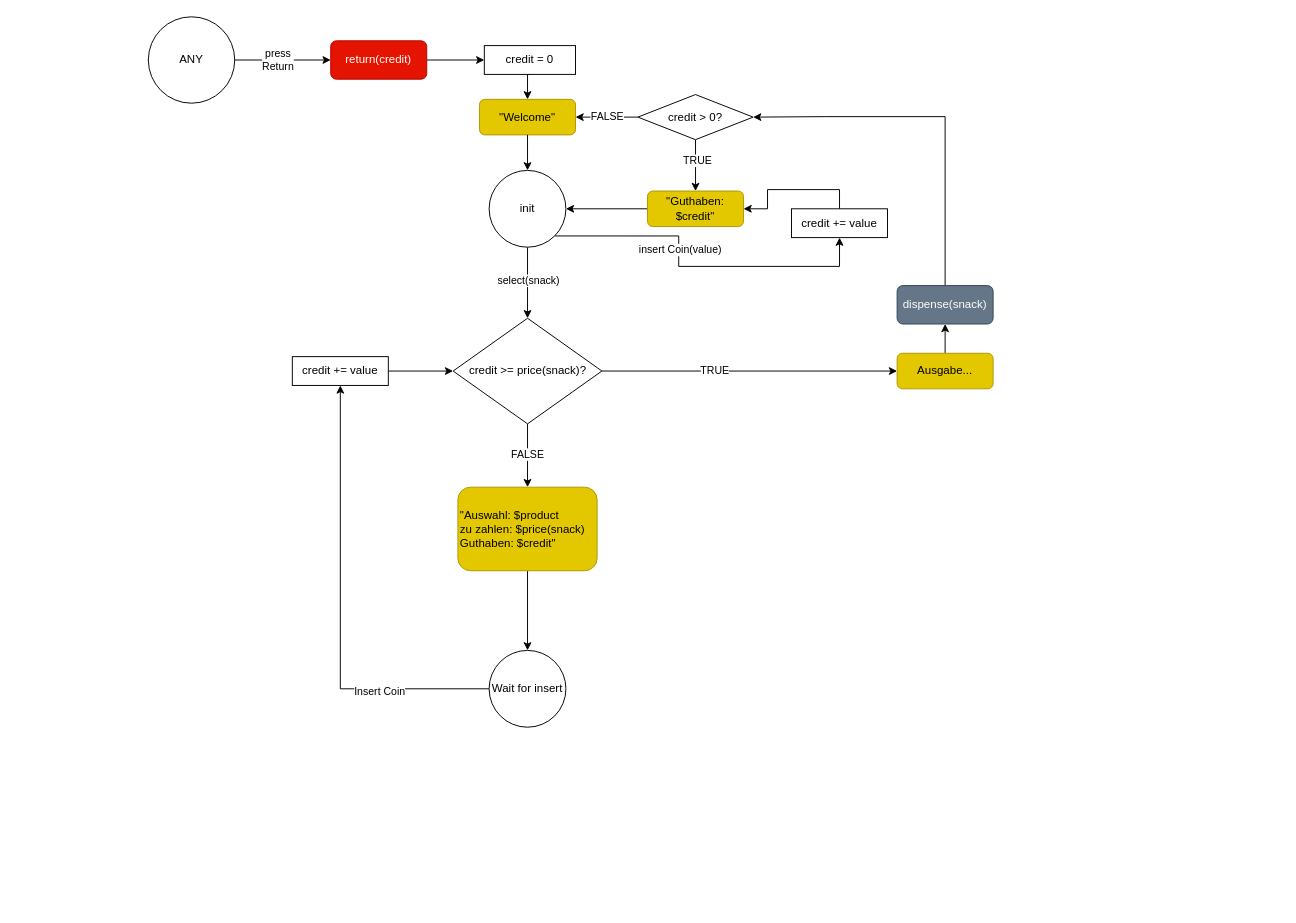
Before: doc/state machine draft_2.drawio in TheGreedyGoat/snackautomat_bene_alex, a draw.io diagram. Source tidied: cells renumbered, new cells numbered last; positions are measured from the earlier drawing's top-left corner, leaving out a move shared by most shapes. Both pictures are drawn from the tidied source at 96%, with x=0, y=0 at pixel (148, 16).
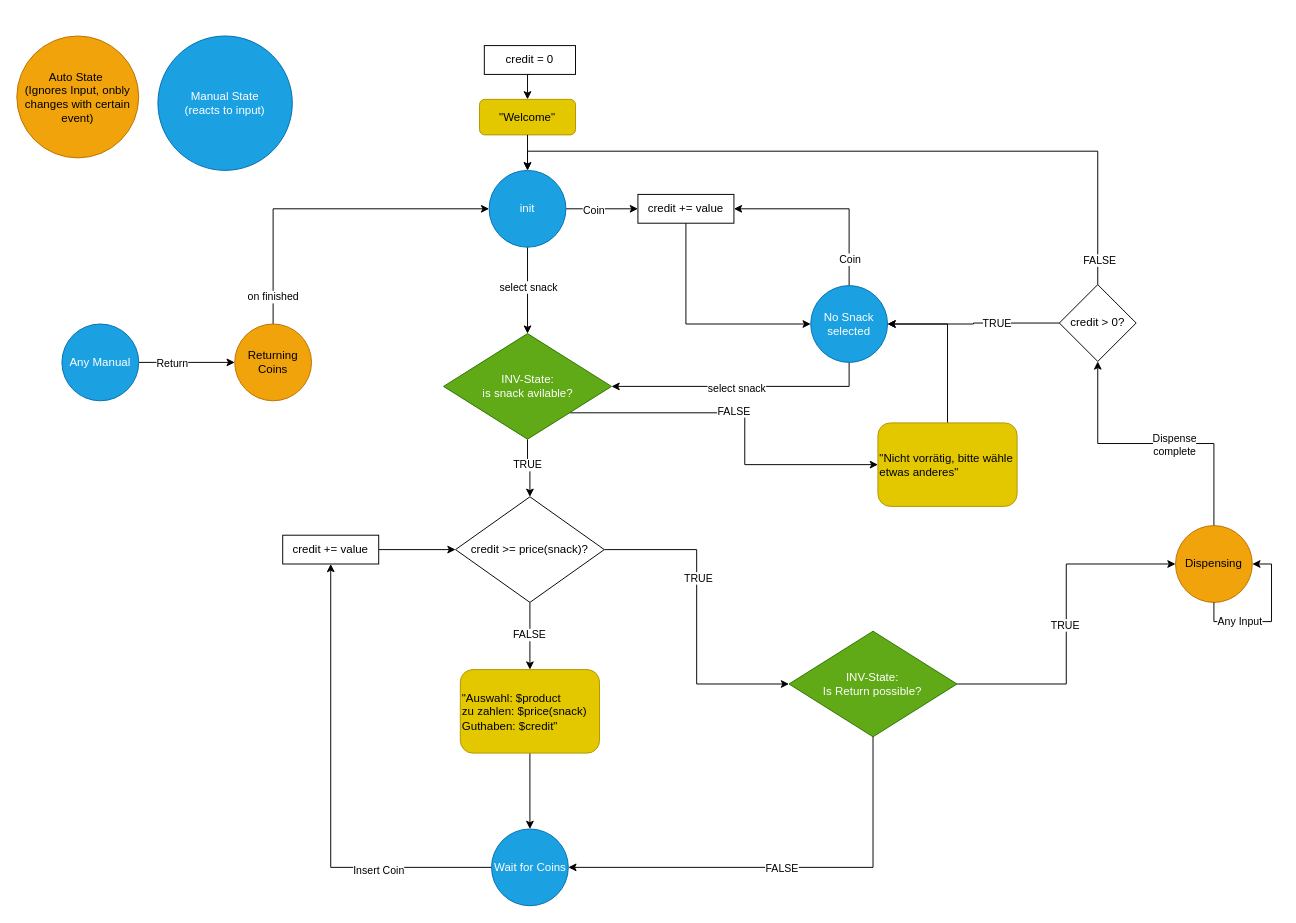
Above is the later version.

Commit message (it also covers changes not shown here):
State Machine derart überarbeitet: ## Es ist ein eigener State, wenn der Kredit > 0 ist, aber kein Snack gewählt ist.

-> init state ist jetz nurn noch Ausgangspunkt

## Unterscheidung zwischen manuellen und automatischen States:
Manuelle States reagieren auf Inputs, automatische warten auf ein jeweiliges Event

The change refers to these unchanged cells:
```xml
<mxCell id="2" value="&quot;Welcome&quot;" style="rounded=1;whiteSpace=wrap;html=1;fillColor=#e3c800;fontColor=#000000;strokeColor=#B09500;" parent="1" vertex="1">
  <mxGeometry x="345" y="86" width="100" height="37" as="geometry" />
</mxCell>
<mxCell id="14" value="credit = 0" style="rounded=0;whiteSpace=wrap;html=1;" parent="1" vertex="1">
  <mxGeometry x="350" y="30" width="95" height="30" as="geometry" />
</mxCell>
```

What changed in the source:
```diff
@@
-    <mxCell id="3" style="edgeStyle=orthogonalEdgeStyle;rounded=0;jettySize=auto;html=1;exitX=1;exitY=1;exitDx=0;exitDy=0;entryX=0.5;entryY=1;entryDx=0;entryDy=0;" parent="1" edge="1" source="7" target="10">
-      <mxGeometry relative="1" as="geometry" />
-    </mxCell>
-    <mxCell id="4" value="insert Coin(value)" style="edgeLabel;html=1;align=center;verticalAlign=middle;" parent="3" vertex="1">
-      <mxGeometry x="-0.2" y="1" relative="1" as="geometry" />
-    </mxCell>
-    <mxCell id="5" style="edgeStyle=orthogonalEdgeStyle;rounded=0;jettySize=auto;html=1;exitX=0.5;exitY=1;exitDx=0;exitDy=0;entryX=0.5;entryY=0;entryDx=0;entryDy=0;" parent="1" edge="1" source="7" target="19">
+    <mxCell id="5" style="edgeStyle=orthogonalEdgeStyle;rounded=0;jettySize=auto;html=1;exitX=0.5;exitY=1;exitDx=0;exitDy=0;" parent="1" edge="1" source="7" target="46">
       <mxGeometry relative="1" as="geometry" />
     </mxCell>
-    <mxCell id="6" value="select(snack)" style="edgeLabel;html=1;align=center;verticalAlign=middle;" parent="5" vertex="1">
+    <mxCell id="6" value="select snack" style="edgeLabel;html=1;align=center;verticalAlign=middle;" parent="5" vertex="1">
       <mxGeometry x="-0.08" relative="1" as="geometry" />
     </mxCell>
+    <mxCell id="3" style="edgeStyle=orthogonalEdgeStyle;rounded=0;jettySize=auto;html=1;exitX=1;exitY=0.5;exitDx=0;exitDy=0;entryX=0;entryY=0.5;entryDx=0;entryDy=0;" parent="1" edge="1" source="7" target="10">
+      <mxGeometry relative="1" as="geometry" />
+    </mxCell>
+    <mxCell id="41" value="Coin" style="edgeLabel;html=1;align=center;verticalAlign=middle;" parent="3" vertex="1">
+      <mxGeometry x="-0.25" y="-1" relative="1" as="geometry" />
+    </mxCell>
-    <mxCell id="7" value="init" style="ellipse;whiteSpace=wrap;html=1;" parent="1" vertex="1">
+    <mxCell id="7" value="init" style="ellipse;whiteSpace=wrap;html=1;fillColor=#1ba1e2;fontColor=#ffffff;strokeColor=#006EAF;" parent="1" vertex="1">
       <mxGeometry x="355" y="160" width="80" height="80" as="geometry" />
     </mxCell>
@@
-    <mxCell id="9" style="edgeStyle=orthogonalEdgeStyle;rounded=0;jettySize=auto;html=1;exitX=0.5;exitY=0;exitDx=0;exitDy=0;entryX=1;entryY=0.5;entryDx=0;entryDy=0;" parent="1" edge="1" source="10" target="12">
-      <mxGeometry relative="1" as="geometry" />
-    </mxCell>
-    <mxCell id="10" value="credit += value" style="rounded=0;whiteSpace=wrap;html=1;" parent="1" vertex="1">
-      <mxGeometry x="670" y="200" width="100" height="30" as="geometry" />
-    </mxCell>
-    <mxCell id="11" style="edgeStyle=orthogonalEdgeStyle;rounded=0;jettySize=auto;html=1;entryX=1;entryY=0.5;entryDx=0;entryDy=0;" parent="1" edge="1" source="12" target="7">
-      <mxGeometry relative="1" as="geometry" />
-    </mxCell>
-    <mxCell id="12" value="&quot;Guthaben: $credit&quot;" style="rounded=1;whiteSpace=wrap;html=1;fillColor=#e3c800;fontColor=#000000;strokeColor=#B09500;" parent="1" vertex="1">
-      <mxGeometry x="520" y="181.5" width="100" height="37" as="geometry" />
-    </mxCell>
@@
-    <mxCell id="17" style="edgeStyle=orthogonalEdgeStyle;rounded=0;jettySize=auto;html=1;entryX=0;entryY=0.5;entryDx=0;entryDy=0;exitX=1;exitY=0.5;exitDx=0;exitDy=0;" parent="1" edge="1" source="19" target="35">
+    <mxCell id="17" style="edgeStyle=orthogonalEdgeStyle;rounded=0;jettySize=auto;html=1;exitX=1;exitY=0.5;exitDx=0;exitDy=0;entryX=0;entryY=0.5;entryDx=0;entryDy=0;" parent="1" edge="1" source="19" target="67">
       <mxGeometry relative="1" as="geometry" />
     </mxCell>
@@
     <mxCell id="19" value="credit &amp;gt;= price(snack)?" style="rhombus;whiteSpace=wrap;html=1;" parent="1" vertex="1">
-      <mxGeometry x="317.5" y="314" width="155" height="110" as="geometry" />
+      <mxGeometry x="320" y="500" width="155" height="110" as="geometry" />
     </mxCell>
     <mxCell id="20" style="edgeStyle=orthogonalEdgeStyle;rounded=0;jettySize=auto;html=1;exitX=0;exitY=0.5;exitDx=0;exitDy=0;entryX=0.5;entryY=1;entryDx=0;entryDy=0;" parent="1" edge="1" source="22" target="26">
       <mxGeometry relative="1" as="geometry">
         <Array as="points">
-          <mxPoint x="200" y="700" />
+          <mxPoint x="190" y="886" />
         </Array>
       </mxGeometry>
     </mxCell>
@@
-    <mxCell id="22" value="Wait for insert" style="ellipse;whiteSpace=wrap;html=1;" parent="1" vertex="1">
-      <mxGeometry x="355" y="660" width="80" height="80" as="geometry" />
+    <mxCell id="22" value="Wait for Coins" style="ellipse;whiteSpace=wrap;html=1;fillColor=#1ba1e2;fontColor=#ffffff;strokeColor=#006EAF;" parent="1" vertex="1">
+      <mxGeometry x="357.5" y="846" width="80" height="80" as="geometry" />
     </mxCell>
@@
     <mxCell id="24" value="&quot;Auswahl: $product&lt;div&gt;zu zahlen: $price(snack)&lt;/div&gt;&lt;div style=&quot;&quot;&gt;Guthaben: $credit&quot;&lt;/div&gt;" style="rounded=1;whiteSpace=wrap;html=1;fillColor=#e3c800;fontColor=#000000;strokeColor=#B09500;align=left;" parent="1" vertex="1">
-      <mxGeometry x="322.5" y="490" width="145" height="87" as="geometry" />
+      <mxGeometry x="325" y="680" width="145" height="87" as="geometry" />
     </mxCell>
@@
     <mxCell id="26" value="credit += value" style="rounded=0;whiteSpace=wrap;html=1;" parent="1" vertex="1">
-      <mxGeometry x="150" y="354" width="100" height="30" as="geometry" />
+      <mxGeometry x="140" y="540" width="100" height="30" as="geometry" />
     </mxCell>
-    <mxCell id="27" style="edgeStyle=orthogonalEdgeStyle;rounded=0;jettySize=auto;html=1;entryX=1;entryY=0.5;entryDx=0;entryDy=0;" parent="1" edge="1" source="28" target="40">
-      <mxGeometry relative="1" as="geometry">
-        <Array as="points">
-          <mxPoint x="830" y="104" />
-          <mxPoint x="705" y="104" />
-        </Array>
-      </mxGeometry>
-    </mxCell>
-    <mxCell id="28" value="dispense(snack)" style="rounded=1;whiteSpace=wrap;html=1;fillColor=#647687;fontColor=#ffffff;strokeColor=#314354;" parent="1" vertex="1">
-      <mxGeometry x="780" y="280" width="100" height="40" as="geometry" />
-    </mxCell>
-    <mxCell id="29" style="edgeStyle=orthogonalEdgeStyle;rounded=0;jettySize=auto;html=1;entryX=0;entryY=0.5;entryDx=0;entryDy=0;" parent="1" edge="1" source="30" target="14">
-      <mxGeometry relative="1" as="geometry" />
-    </mxCell>
-    <mxCell id="30" value="return(credit)" style="rounded=1;whiteSpace=wrap;html=1;fillColor=#e51400;fontColor=#ffffff;strokeColor=#B20000;" parent="1" vertex="1">
-      <mxGeometry x="190" y="25" width="100" height="40" as="geometry" />
-    </mxCell>
-    <mxCell id="31" style="edgeStyle=orthogonalEdgeStyle;rounded=0;jettySize=auto;html=1;exitX=1;exitY=0.5;exitDx=0;exitDy=0;entryX=0;entryY=0.5;entryDx=0;entryDy=0;" parent="1" edge="1" source="33" target="30">
-      <mxGeometry relative="1" as="geometry" />
-    </mxCell>
-    <mxCell id="32" value="&lt;div&gt;press&lt;/div&gt;Return" style="edgeLabel;html=1;align=center;verticalAlign=middle;" parent="31" vertex="1">
-      <mxGeometry x="-0.13" y="1" relative="1" as="geometry" />
-    </mxCell>
-    <mxCell id="33" value="ANY" style="ellipse;whiteSpace=wrap;html=1;" parent="1" vertex="1">
-      <mxGeometry width="90" height="90" as="geometry" />
-    </mxCell>
-    <mxCell id="34" style="edgeStyle=orthogonalEdgeStyle;rounded=0;jettySize=auto;html=1;exitX=0.5;exitY=0;exitDx=0;exitDy=0;entryX=0.5;entryY=1;entryDx=0;entryDy=0;" parent="1" edge="1" source="35" target="28">
-      <mxGeometry relative="1" as="geometry" />
-    </mxCell>
-    <mxCell id="35" value="Ausgabe..." style="rounded=1;whiteSpace=wrap;html=1;fillColor=#e3c800;fontColor=#000000;strokeColor=#B09500;" parent="1" vertex="1">
-      <mxGeometry x="780" y="350.5" width="100" height="37" as="geometry" />
-    </mxCell>
-    <mxCell id="36" style="edgeStyle=orthogonalEdgeStyle;rounded=0;jettySize=auto;html=1;exitX=0.5;exitY=1;exitDx=0;exitDy=0;entryX=0.5;entryY=0;entryDx=0;entryDy=0;" parent="1" edge="1" source="40" target="12">
-      <mxGeometry relative="1" as="geometry" />
-    </mxCell>
-    <mxCell id="37" value="TRUE" style="edgeLabel;html=1;align=center;verticalAlign=middle;" parent="36" vertex="1">
-      <mxGeometry x="-0.2" y="1" relative="1" as="geometry" />
-    </mxCell>
-    <mxCell id="38" style="edgeStyle=orthogonalEdgeStyle;rounded=0;jettySize=auto;html=1;exitX=0;exitY=0.5;exitDx=0;exitDy=0;" parent="1" edge="1" source="40" target="2">
-      <mxGeometry relative="1" as="geometry" />
-    </mxCell>
-    <mxCell id="39" value="FALSE" style="edgeLabel;html=1;align=center;verticalAlign=middle;" parent="38" vertex="1">
-      <mxGeometry x="0.03" y="-1" relative="1" as="geometry" />
-    </mxCell>
+    <mxCell id="42" style="edgeStyle=orthogonalEdgeStyle;rounded=0;jettySize=auto;html=1;exitX=0.5;exitY=1;exitDx=0;exitDy=0;entryX=0.5;entryY=0;entryDx=0;entryDy=0;" parent="1" edge="1" source="46" target="19">
+      <mxGeometry relative="1" as="geometry" />
+    </mxCell>
+    <mxCell id="43" value="TRUE" style="edgeLabel;html=1;align=center;verticalAlign=middle;" parent="42" vertex="1">
+      <mxGeometry x="-0.16" y="-1" relative="1" as="geometry" />
+    </mxCell>
+    <mxCell id="44" style="edgeStyle=orthogonalEdgeStyle;rounded=0;jettySize=auto;html=1;exitX=1;exitY=1;exitDx=0;exitDy=0;" parent="1" edge="1" source="46" target="48">
+      <mxGeometry relative="1" as="geometry" />
+    </mxCell>
+    <mxCell id="45" value="FALSE" style="edgeLabel;html=1;align=center;verticalAlign=middle;" parent="44" vertex="1">
+      <mxGeometry x="-0.09" y="2" relative="1" as="geometry" />
+    </mxCell>
+    <mxCell id="46" value="INV-State:&lt;div&gt;is snack avilable?&lt;/div&gt;" style="rhombus;whiteSpace=wrap;html=1;fillColor=#60a917;fontColor=#ffffff;strokeColor=#2D7600;" parent="1" vertex="1">
+      <mxGeometry x="307.5" y="330" width="175" height="110" as="geometry" />
+    </mxCell>
+    <mxCell id="47" style="edgeStyle=orthogonalEdgeStyle;rounded=0;jettySize=auto;html=1;exitX=0.5;exitY=0;exitDx=0;exitDy=0;entryX=1;entryY=0.5;entryDx=0;entryDy=0;" parent="1" edge="1" source="48" target="58">
+      <mxGeometry relative="1" as="geometry" />
+    </mxCell>
+    <mxCell id="48" value="&quot;Nicht vorrätig, bitte wähle etwas anderes&lt;span style=&quot;background-color: transparent; color: light-dark(rgb(0, 0, 0), rgb(237, 237, 237));&quot;&gt;&quot;&lt;/span&gt;" style="rounded=1;whiteSpace=wrap;html=1;fillColor=#e3c800;fontColor=#000000;strokeColor=#B09500;align=left;" parent="1" vertex="1">
+      <mxGeometry x="760" y="423" width="145" height="87" as="geometry" />
+    </mxCell>
+    <mxCell id="49" style="edgeStyle=orthogonalEdgeStyle;rounded=0;jettySize=auto;html=1;exitX=0.5;exitY=0;exitDx=0;exitDy=0;" parent="1" edge="1" source="51" target="40">
+      <mxGeometry relative="1" as="geometry" />
+    </mxCell>
+    <mxCell id="50" value="Dispense&lt;div&gt;complete&lt;/div&gt;" style="edgeLabel;html=1;align=center;verticalAlign=middle;" parent="49" vertex="1">
+      <mxGeometry x="-0.13" y="1" relative="1" as="geometry" />
+    </mxCell>
+    <mxCell id="51" value="Dispensing" style="ellipse;whiteSpace=wrap;html=1;fillColor=#f0a30a;fontColor=#000000;strokeColor=#BD7000;" parent="1" vertex="1">
+      <mxGeometry x="1070" y="530" width="80" height="80" as="geometry" />
+    </mxCell>
+    <mxCell id="52" style="edgeStyle=orthogonalEdgeStyle;rounded=0;orthogonalLoop=1;jettySize=auto;html=1;exitX=0.5;exitY=1;exitDx=0;exitDy=0;entryX=1;entryY=0.5;entryDx=0;entryDy=0;" parent="1" edge="1" source="51" target="51">
+      <mxGeometry relative="1" as="geometry" />
+    </mxCell>
+    <mxCell id="53" value="Any Input" style="edgeLabel;html=1;align=center;verticalAlign=middle;" parent="52" vertex="1">
+      <mxGeometry x="-0.43" y="1" relative="1" as="geometry" />
+    </mxCell>
+    <mxCell id="54" style="edgeStyle=orthogonalEdgeStyle;rounded=0;jettySize=auto;html=1;exitX=0.5;exitY=0;exitDx=0;exitDy=0;entryX=1;entryY=0.5;entryDx=0;entryDy=0;" parent="1" edge="1" source="58" target="10">
+      <mxGeometry relative="1" as="geometry" />
+    </mxCell>
+    <mxCell id="55" value="Coin" style="edgeLabel;html=1;align=center;verticalAlign=middle;" parent="54" vertex="1">
+      <mxGeometry x="-0.72" relative="1" as="geometry" />
+    </mxCell>
+    <mxCell id="56" style="edgeStyle=orthogonalEdgeStyle;rounded=0;jettySize=auto;html=1;exitX=0.5;exitY=1;exitDx=0;exitDy=0;entryX=1;entryY=0.5;entryDx=0;entryDy=0;" parent="1" edge="1" source="58" target="46">
+      <mxGeometry relative="1" as="geometry" />
+    </mxCell>
+    <mxCell id="57" value="select snack" style="edgeLabel;html=1;align=center;verticalAlign=middle;" parent="56" vertex="1">
+      <mxGeometry x="0.05" y="1" relative="1" as="geometry" />
+    </mxCell>
+    <mxCell id="58" value="No Snack selected" style="ellipse;whiteSpace=wrap;html=1;fillColor=#1ba1e2;fontColor=#ffffff;strokeColor=#006EAF;" parent="1" vertex="1">
+      <mxGeometry x="690" y="280" width="80" height="80" as="geometry" />
+    </mxCell>
+    <mxCell id="59" style="edgeStyle=orthogonalEdgeStyle;rounded=0;jettySize=auto;html=1;entryX=1;entryY=0.5;entryDx=0;entryDy=0;exitX=0;exitY=0.5;exitDx=0;exitDy=0;" parent="1" edge="1" source="40" target="58">
+      <mxGeometry relative="1" as="geometry" />
+    </mxCell>
+    <mxCell id="60" value="TRUE" style="edgeLabel;html=1;align=center;verticalAlign=middle;" parent="59" vertex="1">
+      <mxGeometry x="-0.6" y="-2" relative="1" as="geometry">
+        <mxPoint x="-30" y="2" as="offset" />
+      </mxGeometry>
+    </mxCell>
+    <mxCell id="61" style="edgeStyle=orthogonalEdgeStyle;rounded=0;jettySize=auto;html=1;exitX=0.5;exitY=0;exitDx=0;exitDy=0;entryX=0.5;entryY=0;entryDx=0;entryDy=0;" parent="1" edge="1" source="40" target="7">
+      <mxGeometry relative="1" as="geometry" />
+    </mxCell>
+    <mxCell id="62" value="FALSE" style="edgeLabel;html=1;align=center;verticalAlign=middle;" parent="61" vertex="1">
+      <mxGeometry x="-0.93" y="-1" relative="1" as="geometry" />
+    </mxCell>
     <mxCell id="40" value="credit &amp;gt; 0?" style="rhombus;whiteSpace=wrap;html=1;" parent="1" vertex="1">
-      <mxGeometry x="510" y="81" width="120" height="47" as="geometry" />
+      <mxGeometry x="949" y="279" width="80" height="80" as="geometry" />
     </mxCell>
+    <mxCell id="63" style="edgeStyle=orthogonalEdgeStyle;rounded=0;jettySize=auto;html=1;exitX=1;exitY=0.5;exitDx=0;exitDy=0;entryX=0;entryY=0.5;entryDx=0;entryDy=0;" parent="1" edge="1" source="67" target="51">
+      <mxGeometry relative="1" as="geometry" />
+    </mxCell>
+    <mxCell id="64" value="TRUE" style="edgeLabel;html=1;align=center;verticalAlign=middle;" parent="63" vertex="1">
+      <mxGeometry x="-0.01" y="2" relative="1" as="geometry" />
+    </mxCell>
+    <mxCell id="65" style="edgeStyle=orthogonalEdgeStyle;rounded=0;jettySize=auto;html=1;exitX=0.5;exitY=1;exitDx=0;exitDy=0;entryX=1;entryY=0.5;entryDx=0;entryDy=0;" parent="1" edge="1" source="67" target="22">
+      <mxGeometry relative="1" as="geometry" />
+    </mxCell>
+    <mxCell id="66" value="FALSE" style="edgeLabel;html=1;align=center;verticalAlign=middle;" parent="65" vertex="1">
+      <mxGeometry x="-0.33" y="-2" relative="1" as="geometry">
+        <mxPoint x="-79" y="2" as="offset" />
+      </mxGeometry>
+    </mxCell>
+    <mxCell id="67" value="INV-State:&lt;div&gt;Is Return possible?&lt;/div&gt;" style="rhombus;whiteSpace=wrap;html=1;fillColor=#60a917;fontColor=#ffffff;strokeColor=#2D7600;" parent="1" vertex="1">
+      <mxGeometry x="667.4" y="640" width="175" height="110" as="geometry" />
+    </mxCell>
+    <mxCell id="68" style="edgeStyle=orthogonalEdgeStyle;rounded=0;jettySize=auto;html=1;exitX=0.5;exitY=1;exitDx=0;exitDy=0;entryX=0;entryY=0.5;entryDx=0;entryDy=0;" parent="1" edge="1" source="10" target="58">
+      <mxGeometry relative="1" as="geometry" />
+    </mxCell>
+    <mxCell id="10" value="credit += value" style="rounded=0;whiteSpace=wrap;html=1;" parent="1" vertex="1">
+      <mxGeometry x="510" y="185" width="100" height="30" as="geometry" />
+    </mxCell>
+    <mxCell id="69" value="Manual State&lt;div&gt;(reacts to input)&lt;/div&gt;" style="ellipse;whiteSpace=wrap;html=1;fillColor=#1ba1e2;fontColor=#ffffff;strokeColor=#006EAF;" parent="1" vertex="1">
+      <mxGeometry x="10" y="20" width="140" height="140" as="geometry" />
+    </mxCell>
+    <mxCell id="70" value="Auto State&amp;nbsp;&lt;div&gt;(Ignores Input, onbly changes with certain event)&lt;/div&gt;" style="ellipse;whiteSpace=wrap;html=1;fillColor=#f0a30a;fontColor=#000000;strokeColor=#BD7000;" parent="1" vertex="1">
+      <mxGeometry x="-137" y="20" width="127" height="127" as="geometry" />
+    </mxCell>
+    <mxCell id="71" style="edgeStyle=orthogonalEdgeStyle;rounded=0;jettySize=auto;html=1;exitX=0.5;exitY=0;exitDx=0;exitDy=0;entryX=0;entryY=0.5;entryDx=0;entryDy=0;" parent="1" edge="1" source="73" target="7">
+      <mxGeometry relative="1" as="geometry" />
+    </mxCell>
+    <mxCell id="72" value="on finished" style="edgeLabel;html=1;align=center;verticalAlign=middle;" parent="71" vertex="1">
+      <mxGeometry x="-0.83" y="1" relative="1" as="geometry" />
+    </mxCell>
+    <mxCell id="73" value="Returning Coins" style="ellipse;whiteSpace=wrap;html=1;fillColor=#f0a30a;fontColor=#000000;strokeColor=#BD7000;" parent="1" vertex="1">
+      <mxGeometry x="90" y="320" width="80" height="80" as="geometry" />
+    </mxCell>
+    <mxCell id="74" style="edgeStyle=orthogonalEdgeStyle;rounded=0;jettySize=auto;html=1;exitX=1;exitY=0.5;exitDx=0;exitDy=0;" parent="1" edge="1" source="76" target="73">
+      <mxGeometry relative="1" as="geometry" />
+    </mxCell>
+    <mxCell id="75" value="Return" style="edgeLabel;html=1;align=center;verticalAlign=middle;" parent="74" vertex="1">
+      <mxGeometry x="-0.33" relative="1" as="geometry" />
+    </mxCell>
+    <mxCell id="76" value="Any Manual" style="ellipse;whiteSpace=wrap;html=1;fillColor=#1ba1e2;fontColor=#ffffff;strokeColor=#006EAF;" parent="1" vertex="1">
+      <mxGeometry x="-90" y="320" width="80" height="80" as="geometry" />
+    </mxCell>
```
